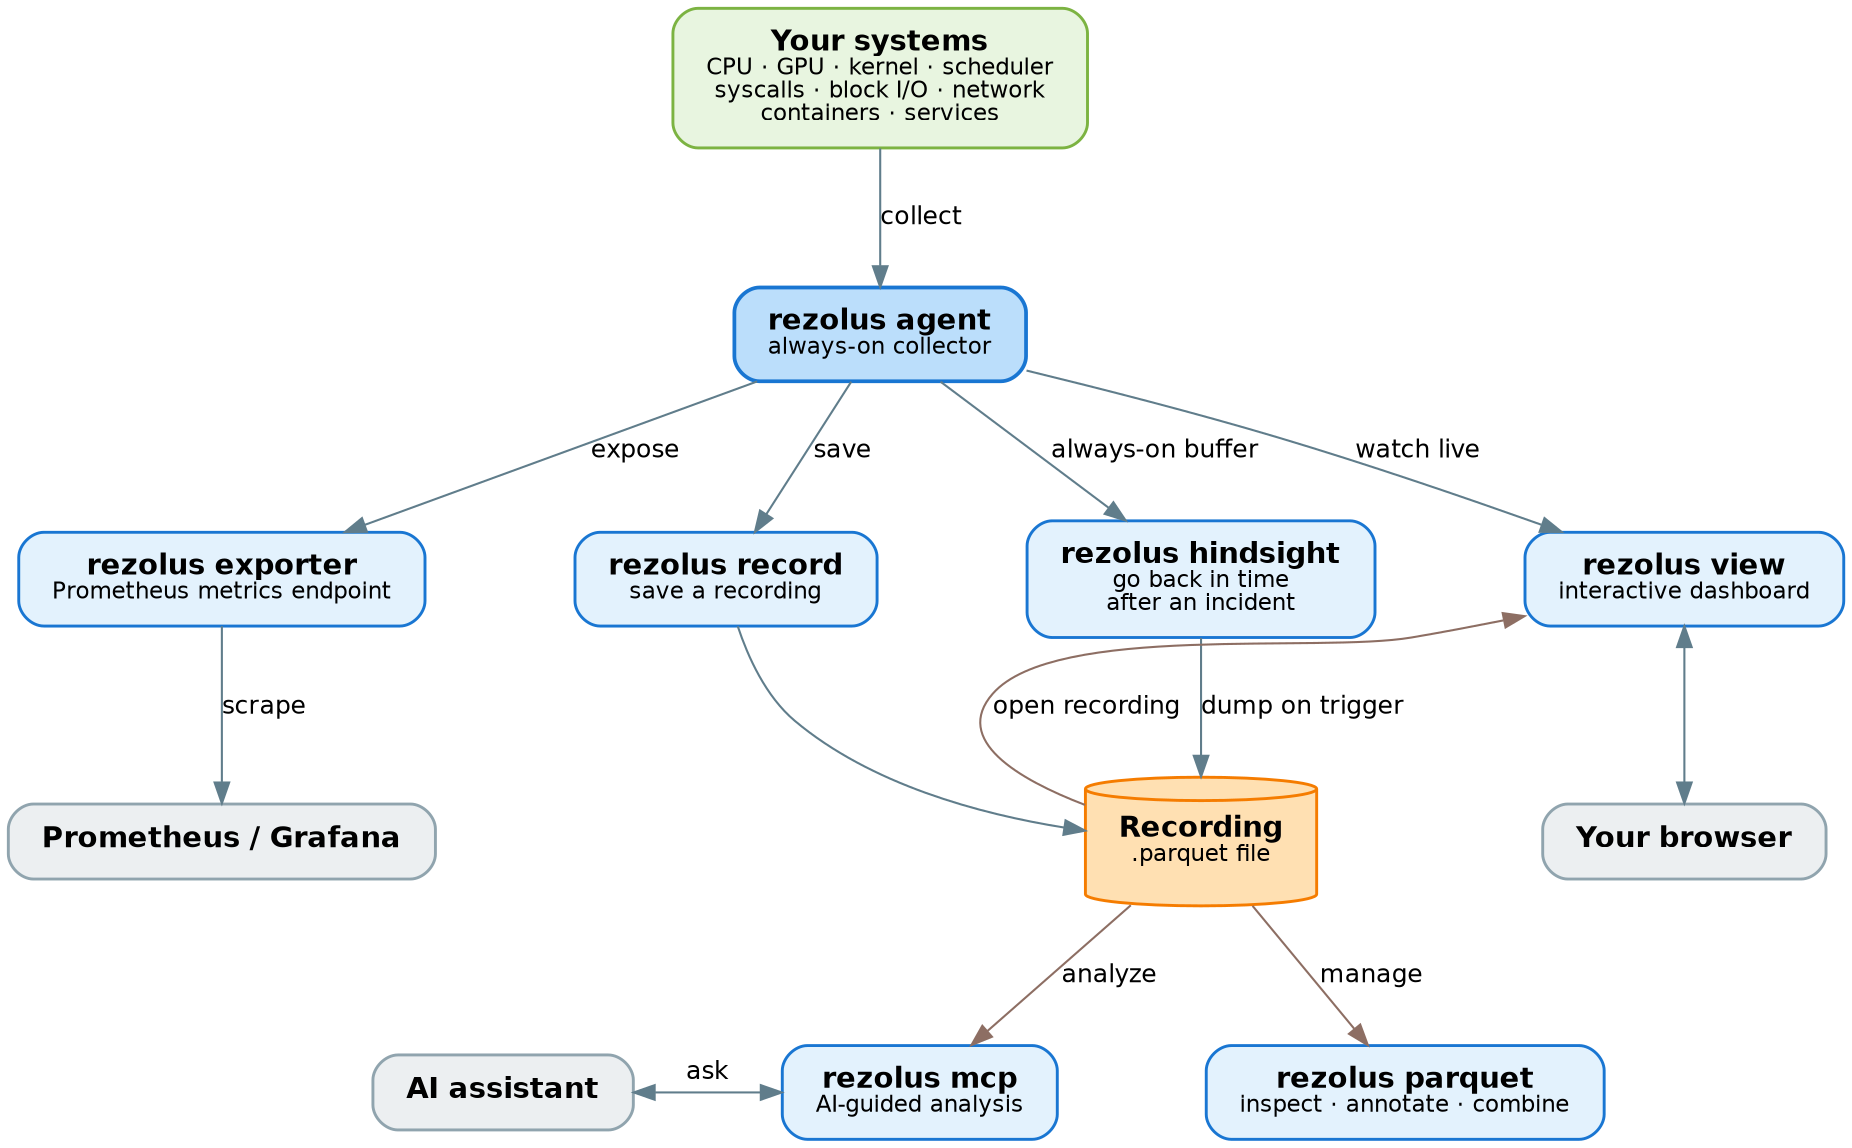
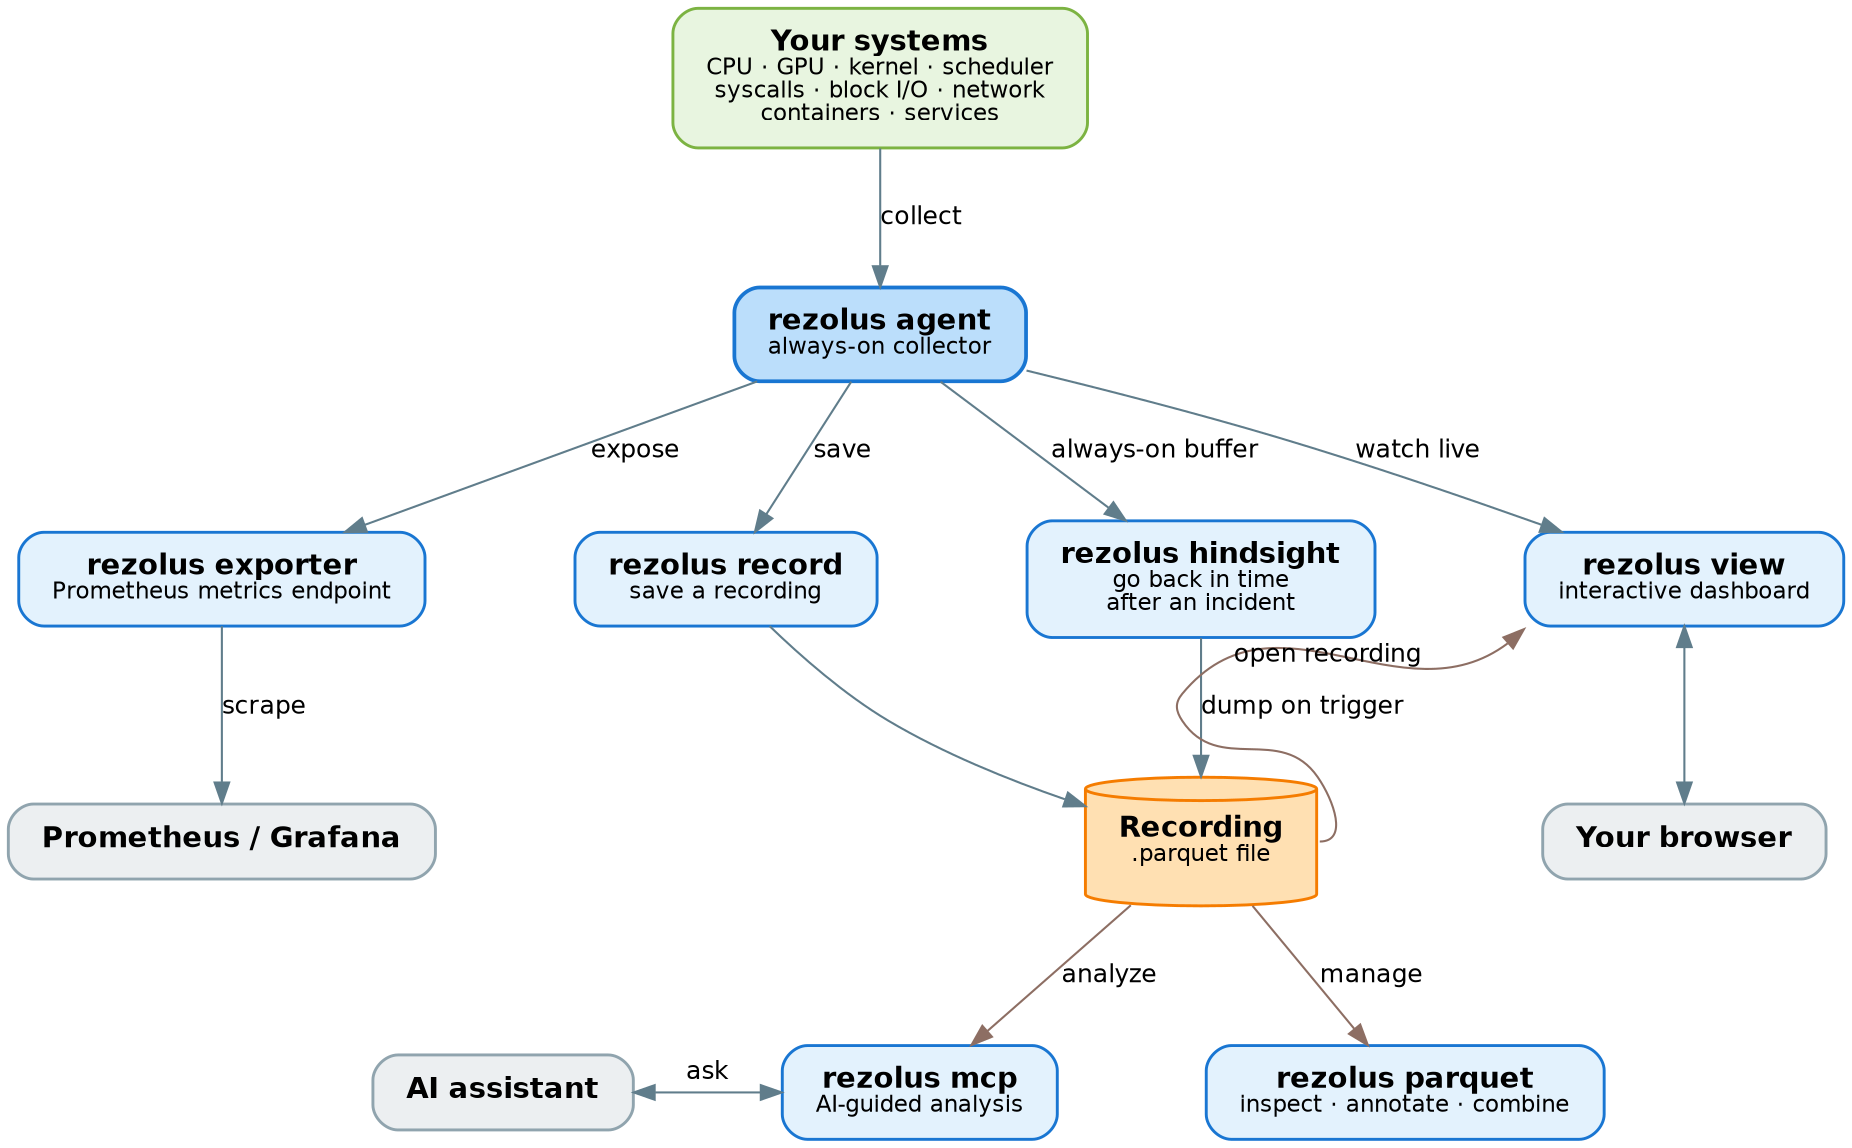
// Rezolus — what you can do with it (user's view)
//
// Render:  dot -Tsvg docs/architecture.dot -o docs/architecture.svg
//          dot -Tpng docs/architecture.dot -o docs/architecture.png
//
// Everything below is the one `rezolus` binary — you just pick the
// subcommand for the job. Arrows read as "what you do next".

digraph rezolus {
  rankdir=TB;
  fontname="Helvetica";
  nodesep=0.5;
  ranksep=0.75;
  bgcolor="white";

  node [fontname="Helvetica", fontsize=14, shape=box, style="rounded,filled", penwidth=1.4, margin="0.22,0.14"];
  edge [fontname="Helvetica", fontsize=12, color="#607d8b"];

  // ---- What you're watching --------------------------------------------
  system [label=<<b>Your systems</b><br/><font point-size="11">CPU · GPU · kernel · scheduler<br/>syscalls · block I/O · network<br/>containers · services</font>>,
          fillcolor="#e8f5e0", color="#7cb342"];

  // ---- The always-on collector -----------------------------------------
  agent [label=<<b>rezolus agent</b><br/><font point-size="11">always-on collector</font>>,
         fillcolor="#bbdefb", color="#1976d2", penwidth=1.8];

  // ---- Live: stream and watch ------------------------------------------
  exporter [label=<<b>rezolus exporter</b><br/><font point-size="11">Prometheus metrics endpoint</font>>, fillcolor="#e3f2fd", color="#1976d2", group="gExp"];
  view     [label=<<b>rezolus view</b><br/><font point-size="11">interactive dashboard</font>>,     fillcolor="#e3f2fd", color="#1976d2", group="gView"];

  // ---- Capture to a file -----------------------------------------------
  record    [label=<<b>rezolus record</b><br/><font point-size="11">save a recording</font>>,                 fillcolor="#e3f2fd", color="#1976d2"];
  hindsight [label=<<b>rezolus hindsight</b><br/><font point-size="11">go back in time<br/>after an incident</font>>, fillcolor="#e3f2fd", color="#1976d2", group="gRec"];

  // ---- Work with recordings --------------------------------------------
  mcp     [label=<<b>rezolus mcp</b><br/><font point-size="11">AI-guided analysis</font>>,          fillcolor="#e3f2fd", color="#1976d2"];
  pqtools [label=<<b>rezolus parquet</b><br/><font point-size="11">inspect · annotate · combine</font>>, fillcolor="#e3f2fd", color="#1976d2"];

  // ---- The recording artifact ------------------------------------------
  recording [label=<<b>Recording</b><br/><font point-size="11">.parquet file</font>>,
             shape=cylinder, fillcolor="#ffe0b2", color="#f57c00", group="gRec"];

  // ---- Where the value lands -------------------------------------------
  grafana [label=<<b>Prometheus / Grafana</b>>, fillcolor="#eceff1", color="#90a4ae", group="gExp"];
  browser [label=<<b>Your browser</b>>,          fillcolor="#eceff1", color="#90a4ae", group="gView"];
  llm     [label=<<b>AI assistant</b>>,           fillcolor="#eceff1", color="#90a4ae"];

  // ---- Layout: rows keep the picture compact; invisible edges pin the
  //      left-to-right order within each row --------------------------
  // view sits on the far right (next to the recording it opens); the
  // other three are the expose/capture subcommands.
  {rank=same; exporter; record; hindsight; view; exporter -> record -> hindsight -> view [style=invis];}
  {rank=same; grafana; recording; browser; grafana -> recording -> browser [style=invis];}
  // mcp and parquet sit side by side directly under the recording, with
  // the AI assistant to the left of mcp.
  {rank=same; llm; mcp; pqtools; llm -> mcp -> pqtools [style=invis];}

  // ---- Collect ----------------------------------------------------------
  system -> agent [label="collect"];

  // ---- Live from the agent ---------------------------------------------
  agent -> exporter  [label="expose"];
  agent -> view      [label="watch live"];
  agent -> record    [label="save"];
  agent -> hindsight [label="always-on buffer"];

  exporter -> grafana [label="scrape", weight=10];

  // ---- Produce a recording ---------------------------------------------
  record    -> recording;
  hindsight -> recording [label="dump on trigger", weight=10];

  // ---- Do things with the recording ------------------------------------
-   recording -> view    [label="open recording", color="#8d6e63", constraint=false];
+   recording:e -> view:sw [xlabel="open recording", color="#8d6e63", constraint=false];
  recording -> mcp     [label="analyze", color="#8d6e63"];
  recording -> pqtools [label="manage",  color="#8d6e63"];

  // ---- Outcomes ---------------------------------------------------------
  view -> browser [dir=both, weight=10];
  mcp  -> llm     [label="ask", dir=both, constraint=false];
}
